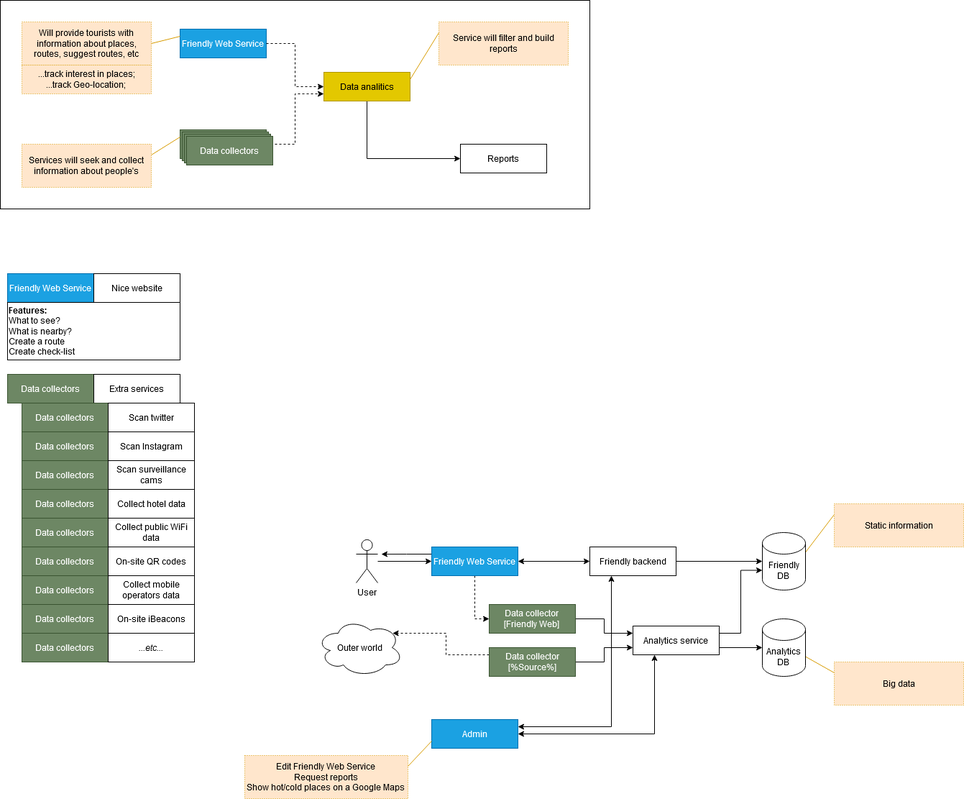
Earlier version of the draw.io export .documentation/promise.png (stainless-chief/h-izumo-navi). Source tidied: cells renumbered, new cells last; positions are measured from the earlier drawing's top-left corner, leaving out a move shared by most shapes.
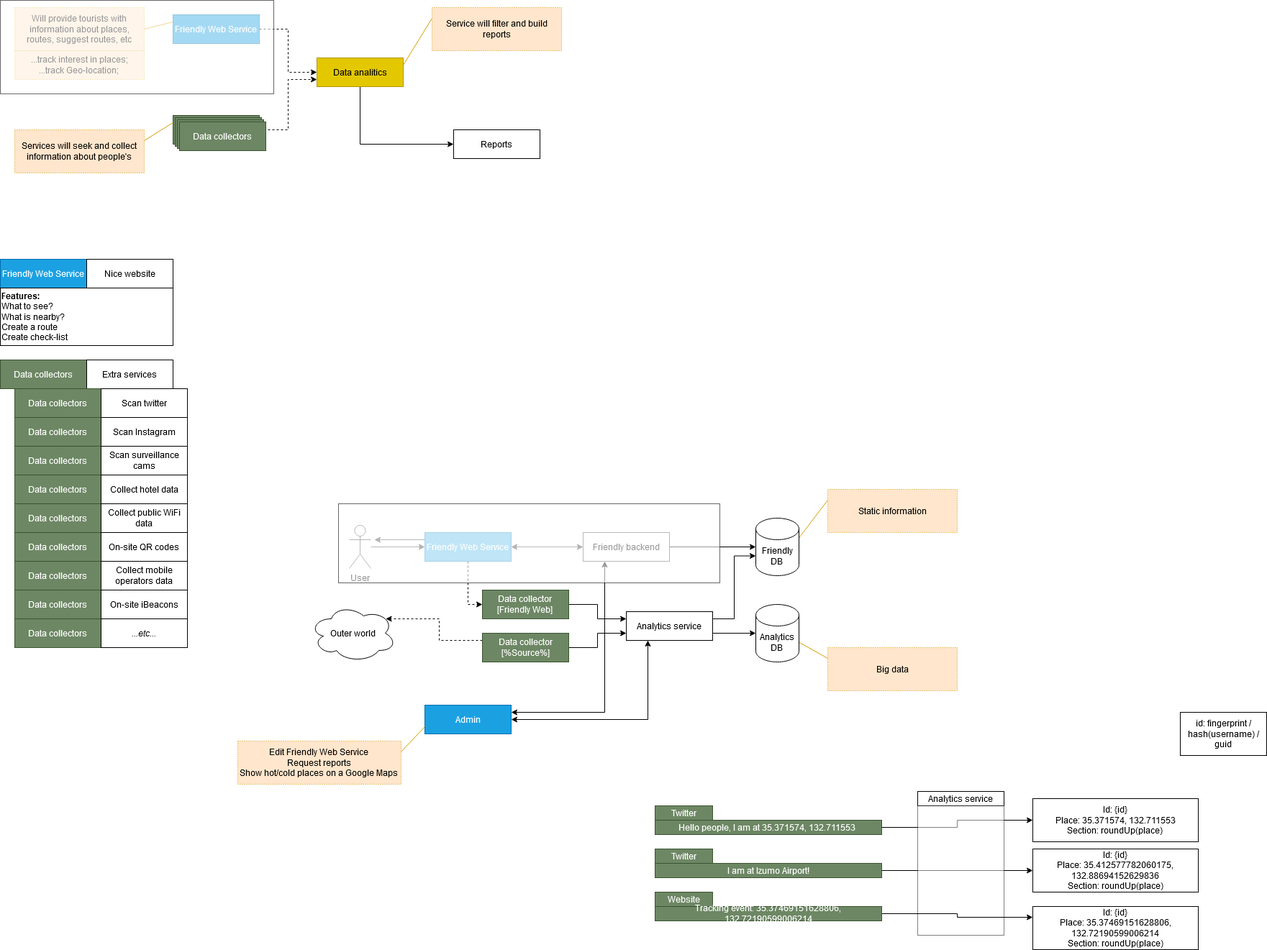
After the commit.

What changed in the source:
```diff
@@ -2,9 +2,6 @@
   <root>
     <mxCell id="0" />
     <mxCell id="1" parent="0" />
-    <mxCell id="2" style="rounded=0;whiteSpace=wrap;html=1;fillColor=none;" parent="1" vertex="1">
-      <mxGeometry width="820" height="290" as="geometry" />
-    </mxCell>
     <mxCell id="3" value="Data collectors" style="rounded=0;whiteSpace=wrap;html=1;fillColor=#6d8764;strokeColor=#3A5431;fontColor=#ffffff;" parent="1" vertex="1">
       <mxGeometry x="250" y="180" width="120" height="40" as="geometry" />
     </mxCell>
@@ -107,15 +104,15 @@
     <mxCell id="36" style="edgeStyle=orthogonalEdgeStyle;rounded=0;jettySize=auto;html=1;exitX=0.5;exitY=1;exitDx=0;exitDy=0;entryX=0;entryY=0.5;entryDx=0;entryDy=0;dashed=1;" parent="1" edge="1" source="39" target="41">
       <mxGeometry relative="1" as="geometry" />
     </mxCell>
-    <mxCell id="37" style="edgeStyle=orthogonalEdgeStyle;rounded=0;jettySize=auto;html=1;exitX=0;exitY=0.25;exitDx=0;exitDy=0;" parent="1" edge="1" source="39">
+    <mxCell id="37" style="edgeStyle=orthogonalEdgeStyle;rounded=0;jettySize=auto;html=1;exitX=0;exitY=0.25;exitDx=0;exitDy=0;opacity=70;" parent="1" edge="1" source="39">
       <mxGeometry relative="1" as="geometry">
         <mxPoint x="530" y="770.1" as="targetPoint" />
       </mxGeometry>
     </mxCell>
-    <mxCell id="38" style="edgeStyle=orthogonalEdgeStyle;rounded=0;jettySize=auto;html=1;exitX=1;exitY=0.5;exitDx=0;exitDy=0;entryX=0;entryY=0.5;entryDx=0;entryDy=0;startArrow=classic;startFill=1;" parent="1" edge="1" source="39" target="43">
+    <mxCell id="38" style="edgeStyle=orthogonalEdgeStyle;rounded=0;jettySize=auto;html=1;exitX=1;exitY=0.5;exitDx=0;exitDy=0;entryX=0;entryY=0.5;entryDx=0;entryDy=0;startArrow=classic;startFill=1;opacity=70;" parent="1" edge="1" source="39" target="43">
       <mxGeometry relative="1" as="geometry" />
     </mxCell>
-    <mxCell id="39" value="Friendly Web Service " style="rounded=0;whiteSpace=wrap;html=1;fillColor=#1ba1e2;strokeColor=#006EAF;fontColor=#ffffff;" parent="1" vertex="1">
+    <mxCell id="39" value="Friendly Web Service " style="rounded=0;whiteSpace=wrap;html=1;fillColor=#1ba1e2;strokeColor=#006EAF;fontColor=#ffffff;opacity=70;" parent="1" vertex="1">
       <mxGeometry x="600" y="760" width="120" height="40" as="geometry" />
     </mxCell>
     <mxCell id="40" style="edgeStyle=orthogonalEdgeStyle;rounded=0;jettySize=auto;html=1;exitX=1;exitY=0.5;exitDx=0;exitDy=0;entryX=0;entryY=0.25;entryDx=0;entryDy=0;" parent="1" edge="1" source="41" target="46">
@@ -127,7 +124,7 @@
     <mxCell id="42" style="edgeStyle=orthogonalEdgeStyle;rounded=0;jettySize=auto;html=1;exitX=1;exitY=0.5;exitDx=0;exitDy=0;entryX=0;entryY=0.5;entryDx=0;entryDy=0;entryPerimeter=0;" parent="1" edge="1" source="43" target="57">
       <mxGeometry relative="1" as="geometry" />
     </mxCell>
-    <mxCell id="43" value="Friendly backend" style="rounded=0;whiteSpace=wrap;html=1;" parent="1" vertex="1">
+    <mxCell id="43" value="Friendly backend" style="rounded=0;whiteSpace=wrap;html=1;opacity=70;" parent="1" vertex="1">
       <mxGeometry x="820" y="760" width="120" height="40" as="geometry" />
     </mxCell>
     <mxCell id="44" style="edgeStyle=orthogonalEdgeStyle;rounded=0;jettySize=auto;html=1;exitX=1;exitY=0.75;exitDx=0;exitDy=0;entryX=0;entryY=0.5;entryDx=0;entryDy=0;entryPerimeter=0;" parent="1" edge="1" source="46" target="59">
@@ -151,10 +148,10 @@
     <mxCell id="50" value="Outer world" style="ellipse;shape=cloud;whiteSpace=wrap;html=1;" parent="1" vertex="1">
       <mxGeometry x="440" y="860" width="120" height="80" as="geometry" />
     </mxCell>
-    <mxCell id="51" style="edgeStyle=orthogonalEdgeStyle;rounded=0;jettySize=auto;html=1;entryX=0;entryY=0.5;entryDx=0;entryDy=0;" parent="1" edge="1" source="52" target="39">
+    <mxCell id="51" style="edgeStyle=orthogonalEdgeStyle;rounded=0;jettySize=auto;html=1;entryX=0;entryY=0.5;entryDx=0;entryDy=0;opacity=70;" parent="1" edge="1" source="52" target="39">
       <mxGeometry relative="1" as="geometry" />
     </mxCell>
-    <mxCell id="52" value="User" style="shape=umlActor;verticalLabelPosition=bottom;verticalAlign=top;html=1;outlineConnect=0;" parent="1" vertex="1">
+    <mxCell id="52" value="User" style="shape=umlActor;verticalLabelPosition=bottom;verticalAlign=top;html=1;outlineConnect=0;opacity=70;" parent="1" vertex="1">
       <mxGeometry x="495" y="750" width="30" height="60" as="geometry" />
     </mxCell>
     <mxCell id="53" style="edgeStyle=orthogonalEdgeStyle;rounded=0;jettySize=auto;html=1;exitX=1;exitY=0.25;exitDx=0;exitDy=0;entryX=0.25;entryY=1;entryDx=0;entryDy=0;startArrow=classic;startFill=1;" parent="1" edge="1" source="55" target="43">
@@ -211,5 +208,56 @@
     <mxCell id="70" value="On-site iBeacons " style="rounded=0;whiteSpace=wrap;html=1;" parent="1" vertex="1">
       <mxGeometry x="150" y="840" width="120" height="40" as="geometry" />
     </mxCell>
+    <mxCell id="71" value="Twitter" style="rounded=0;whiteSpace=wrap;html=1;fillColor=#6d8764;fontColor=#ffffff;strokeColor=#3A5431;" parent="1" vertex="1">
+      <mxGeometry x="920" y="1140" width="80" height="20" as="geometry" />
+    </mxCell>
+    <mxCell id="72" value="Hello people, I am at 35.371574, 132.711553&amp;nbsp; " style="rounded=0;whiteSpace=wrap;html=1;fillColor=#6d8764;fontColor=#ffffff;strokeColor=#3A5431;" parent="1" vertex="1">
+      <mxGeometry x="920" y="1160" width="315" height="20" as="geometry" />
+    </mxCell>
+    <mxCell id="73" style="edgeStyle=orthogonalEdgeStyle;rounded=0;jettySize=auto;html=1;exitX=1;exitY=0.5;exitDx=0;exitDy=0;entryX=0;entryY=0.5;entryDx=0;entryDy=0;" parent="1" edge="1" source="72" target="82">
+      <mxGeometry relative="1" as="geometry" />
+    </mxCell>
+    <mxCell id="74" value="Analytics service" style="rounded=0;whiteSpace=wrap;html=1;" parent="1" vertex="1">
+      <mxGeometry x="1285" y="1120" width="120" height="20" as="geometry" />
+    </mxCell>
+    <mxCell id="75" value="Twitter" style="rounded=0;whiteSpace=wrap;html=1;fillColor=#6d8764;fontColor=#ffffff;strokeColor=#3A5431;" parent="1" vertex="1">
+      <mxGeometry x="920" y="1200" width="80" height="20" as="geometry" />
+    </mxCell>
+    <mxCell id="76" style="edgeStyle=orthogonalEdgeStyle;rounded=0;jettySize=auto;html=1;exitX=1;exitY=0.5;exitDx=0;exitDy=0;entryX=0;entryY=0.5;entryDx=0;entryDy=0;" parent="1" edge="1" source="77" target="83">
+      <mxGeometry relative="1" as="geometry" />
+    </mxCell>
+    <mxCell id="77" value="I am at Izumo Airport!" style="rounded=0;whiteSpace=wrap;html=1;fillColor=#6d8764;fontColor=#ffffff;strokeColor=#3A5431;" parent="1" vertex="1">
+      <mxGeometry x="920" y="1220" width="315" height="20" as="geometry" />
+    </mxCell>
+    <mxCell id="78" value="Website" style="rounded=0;whiteSpace=wrap;html=1;fillColor=#6d8764;fontColor=#ffffff;strokeColor=#3A5431;" parent="1" vertex="1">
+      <mxGeometry x="920" y="1260" width="80" height="20" as="geometry" />
+    </mxCell>
+    <mxCell id="79" style="rounded=0;whiteSpace=wrap;html=1;opacity=50;" parent="1" vertex="1">
+      <mxGeometry x="1285" y="1140" width="120" height="180" as="geometry" />
+    </mxCell>
+    <mxCell id="80" style="edgeStyle=orthogonalEdgeStyle;rounded=0;jettySize=auto;html=1;exitX=1;exitY=0.5;exitDx=0;exitDy=0;entryX=0;entryY=0.25;entryDx=0;entryDy=0;" parent="1" edge="1" source="81" target="84">
+      <mxGeometry relative="1" as="geometry" />
+    </mxCell>
+    <mxCell id="81" value="Tracking event: 35.37469151628806, 132.72190599006214 " style="rounded=0;whiteSpace=wrap;html=1;fillColor=#6d8764;fontColor=#ffffff;strokeColor=#3A5431;" parent="1" vertex="1">
+      <mxGeometry x="920" y="1280" width="315" height="20" as="geometry" />
+    </mxCell>
+    <mxCell id="82" value="&lt;div&gt;Id: {id}&lt;/div&gt;&lt;div&gt;Place: 35.371574, 132.711553&lt;/div&gt;&lt;div&gt;Section: roundUp(place)&lt;br&gt; &lt;/div&gt;" style="rounded=0;whiteSpace=wrap;html=1;" parent="1" vertex="1">
+      <mxGeometry x="1445" y="1130" width="230" height="60" as="geometry" />
+    </mxCell>
+    <mxCell id="83" value="&lt;div&gt;Id: {id}&lt;/div&gt;&lt;div&gt;Place: 35.412577782060175, 132.88694152629836&lt;br&gt;&lt;/div&gt;&lt;div&gt;Section: roundUp(place) &lt;/div&gt;" style="rounded=0;whiteSpace=wrap;html=1;" parent="1" vertex="1">
+      <mxGeometry x="1445" y="1200" width="230" height="60" as="geometry" />
+    </mxCell>
+    <mxCell id="84" value="&lt;div&gt;Id: {id}&lt;/div&gt;&lt;div&gt;Place: 35.37469151628806, 132.72190599006214&lt;/div&gt;&lt;div&gt;Section: roundUp(place) &lt;/div&gt;" style="rounded=0;whiteSpace=wrap;html=1;" parent="1" vertex="1">
+      <mxGeometry x="1445" y="1280" width="230" height="60" as="geometry" />
+    </mxCell>
+    <mxCell id="85" style="rounded=0;whiteSpace=wrap;html=1;opacity=60;" parent="1" vertex="1">
+      <mxGeometry x="10" y="20" width="380" height="130" as="geometry" />
+    </mxCell>
+    <mxCell id="86" style="rounded=0;whiteSpace=wrap;html=1;opacity=60;" parent="1" vertex="1">
+      <mxGeometry x="480" y="720" width="530" height="110" as="geometry" />
+    </mxCell>
+    <mxCell id="87" value="id: fingerprint / hash(username) / guid" style="rounded=0;whiteSpace=wrap;html=1;" parent="1" vertex="1">
+      <mxGeometry x="1650" y="1010" width="120" height="60" as="geometry" />
+    </mxCell>
   </root>
 </mxGraphModel>
```
